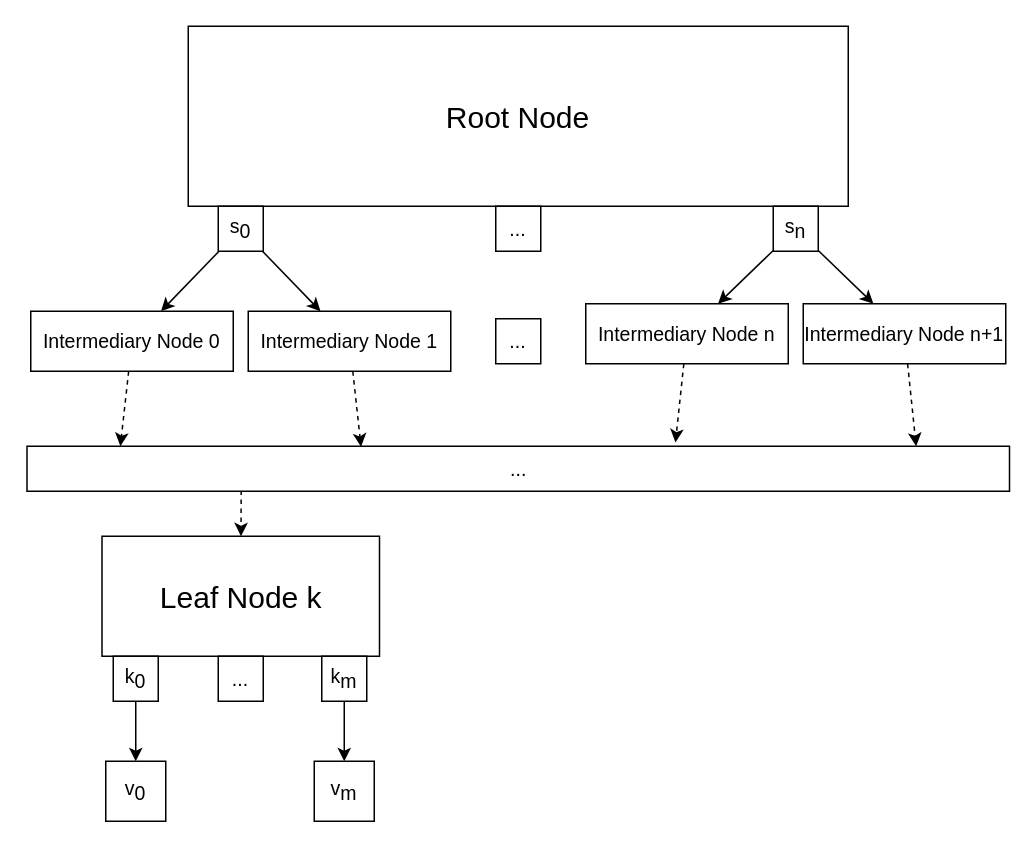
tobiasfamos/KVStore keeps this draw.io diagram as presentation/resources/btree.drawio. Above is the earlier version. Source tidied: cells renumbered, new cells numbered last; positions are measured from the earlier drawing's top-left corner, leaving out a move shared by most shapes. Both pictures are drawn from the tidied source at 150%, with x=0, y=0 at pixel (26, 26).
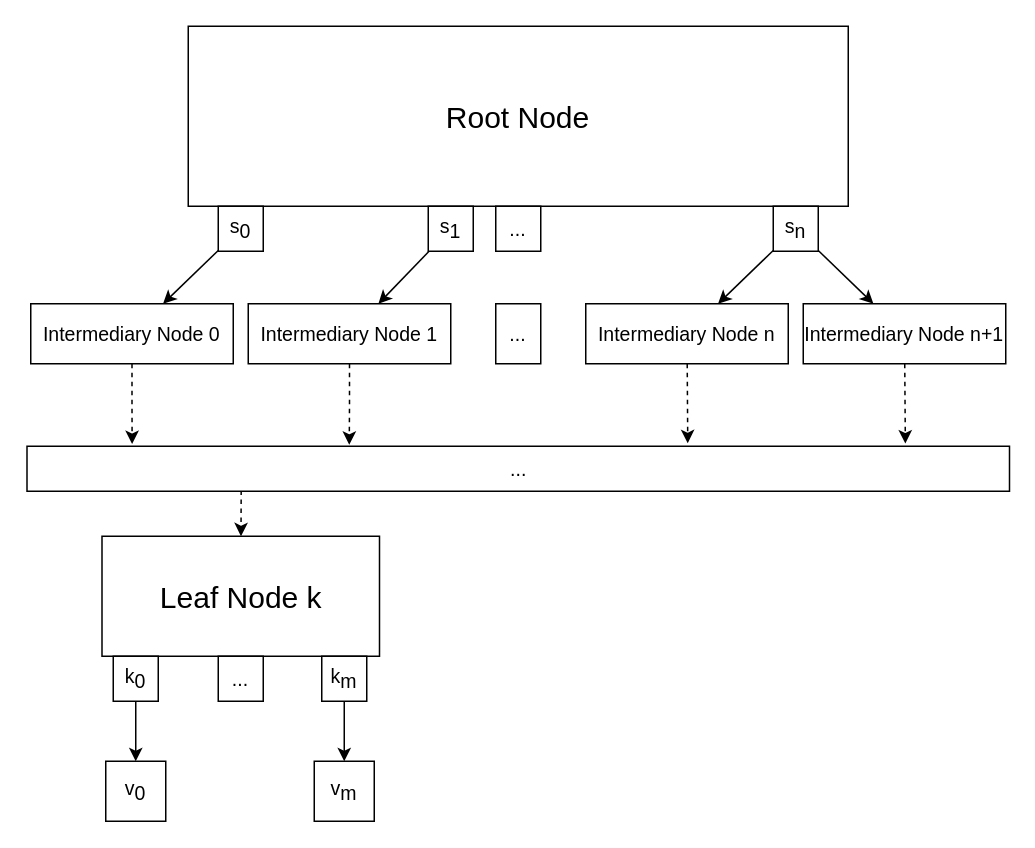
The same page after the edit.

The change refers to these unchanged cells:
```xml
<mxCell id="5" value="s&lt;sub style=&quot;font-size: 13px;&quot;&gt;0&lt;/sub&gt;" style="rounded=0;whiteSpace=wrap;html=1;fontSize=13;" parent="1" vertex="1">
  <mxGeometry x="128" y="120" width="30" height="30" as="geometry" />
</mxCell>
<mxCell id="16" value="Intermediary Node n" style="rounded=0;whiteSpace=wrap;html=1;fontSize=13;" parent="1" vertex="1">
  <mxGeometry x="373" y="185" width="135" height="40" as="geometry" />
</mxCell>
<mxCell id="18" value="Intermediary Node n+1" style="rounded=0;whiteSpace=wrap;html=1;fontSize=13;" parent="1" vertex="1">
  <mxGeometry x="518" y="185" width="135" height="40" as="geometry" />
</mxCell>
<mxCell id="20" value="..." style="rounded=0;whiteSpace=wrap;html=1;fontSize=13;" parent="1" vertex="1">
  <mxGeometry x="0.5" y="280" width="655" height="30" as="geometry" />
</mxCell>
```

Diff of the diagram source:
```diff
@@
-    <mxCell id="4" style="rounded=0;jettySize=auto;html=1;fontSize=20;" parent="1" edge="1" source="5" target="13">
+    <mxCell id="4" style="rounded=0;jettySize=auto;html=1;fontSize=20;" parent="1" edge="1" source="29" target="13">
       <mxGeometry relative="1" as="geometry" />
     </mxCell>
@@
-    <mxCell id="9" style="edgeStyle=none;rounded=0;jettySize=auto;html=1;fontSize=11;dashed=1;entryX=0.095;entryY=0;entryDx=0;entryDy=0;entryPerimeter=0;" parent="1" edge="1" source="10" target="20">
+    <mxCell id="9" style="edgeStyle=orthogonalEdgeStyle;rounded=0;jettySize=auto;html=1;fontSize=11;dashed=1;entryX=0.107;entryY=-0.05;entryDx=0;entryDy=0;entryPerimeter=0;" parent="1" edge="1" source="10" target="20">
       <mxGeometry relative="1" as="geometry" />
     </mxCell>
     <mxCell id="10" value="Intermediary Node 0" style="rounded=0;whiteSpace=wrap;html=1;fontSize=13;" parent="1" vertex="1">
-      <mxGeometry x="3" y="190" width="135" height="40" as="geometry" />
+      <mxGeometry x="3" y="185" width="135" height="40" as="geometry" />
     </mxCell>
@@
-    <mxCell id="12" style="edgeStyle=none;rounded=0;jettySize=auto;html=1;entryX=0.34;entryY=0.013;entryDx=0;entryDy=0;entryPerimeter=0;dashed=1;fontSize=11;" parent="1" edge="1" source="13" target="20">
+    <mxCell id="12" style="edgeStyle=orthogonalEdgeStyle;rounded=0;jettySize=auto;html=1;entryX=0.328;entryY=-0.032;entryDx=0;entryDy=0;entryPerimeter=0;dashed=1;fontSize=11;" parent="1" edge="1" source="13" target="20">
       <mxGeometry relative="1" as="geometry" />
     </mxCell>
     <mxCell id="13" value="Intermediary Node 1" style="rounded=0;whiteSpace=wrap;html=1;fontSize=13;" parent="1" vertex="1">
-      <mxGeometry x="148" y="190" width="135" height="40" as="geometry" />
+      <mxGeometry x="148" y="185" width="135" height="40" as="geometry" />
     </mxCell>
     <mxCell id="14" value="..." style="rounded=0;whiteSpace=wrap;html=1;fontSize=13;" parent="1" vertex="1">
-      <mxGeometry x="313" y="195" width="30" height="30" as="geometry" />
+      <mxGeometry x="313" y="185" width="30" height="40" as="geometry" />
     </mxCell>
-    <mxCell id="15" style="edgeStyle=none;rounded=0;jettySize=auto;html=1;entryX=0.66;entryY=-0.083;entryDx=0;entryDy=0;entryPerimeter=0;dashed=1;fontSize=11;" parent="1" edge="1" source="16" target="20">
-      <mxGeometry relative="1" as="geometry" />
+    <mxCell id="15" style="edgeStyle=none;rounded=0;jettySize=auto;html=1;dashed=1;fontSize=11;" parent="1" edge="1" source="16">
+      <mxGeometry relative="1" as="geometry">
+        <mxPoint x="441" y="278" as="targetPoint" />
+      </mxGeometry>
     </mxCell>
@@
-    <mxCell id="17" style="edgeStyle=none;rounded=0;jettySize=auto;html=1;entryX=0.905;entryY=0;entryDx=0;entryDy=0;entryPerimeter=0;dashed=1;fontSize=11;" parent="1" edge="1" source="18" target="20">
+    <mxCell id="17" style="edgeStyle=none;rounded=0;jettySize=auto;html=1;entryX=0.894;entryY=-0.06;entryDx=0;entryDy=0;entryPerimeter=0;dashed=1;fontSize=11;" parent="1" edge="1" source="18" target="20">
       <mxGeometry relative="1" as="geometry" />
     </mxCell>
@@
+    <mxCell id="29" value="s&lt;sub style=&quot;font-size: 13px&quot;&gt;1&lt;/sub&gt;" style="rounded=0;whiteSpace=wrap;html=1;fontSize=13;" parent="1" vertex="1">
+      <mxGeometry x="268" y="120" width="30" height="30" as="geometry" />
+    </mxCell>
```
